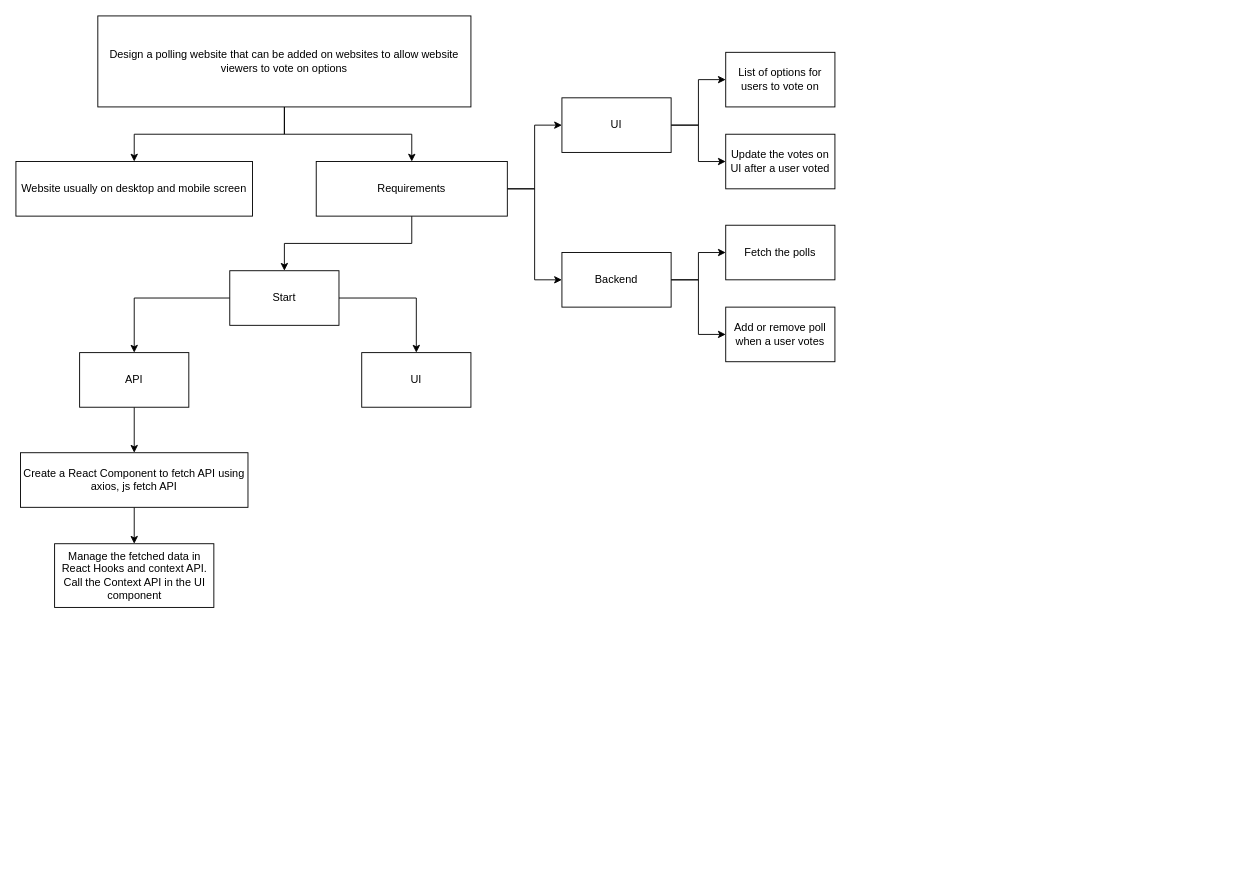
Earlier version of the draw.io diagram polling.drawio (KaidenCoder/DrawIORepo). Source tidied: cells renumbered, new cells numbered last; positions are measured from the earlier drawing's top-left corner, leaving out a move shared by most shapes. Both pictures are drawn from the tidied source at 91%, with x=0, y=0 at pixel (15, 15).
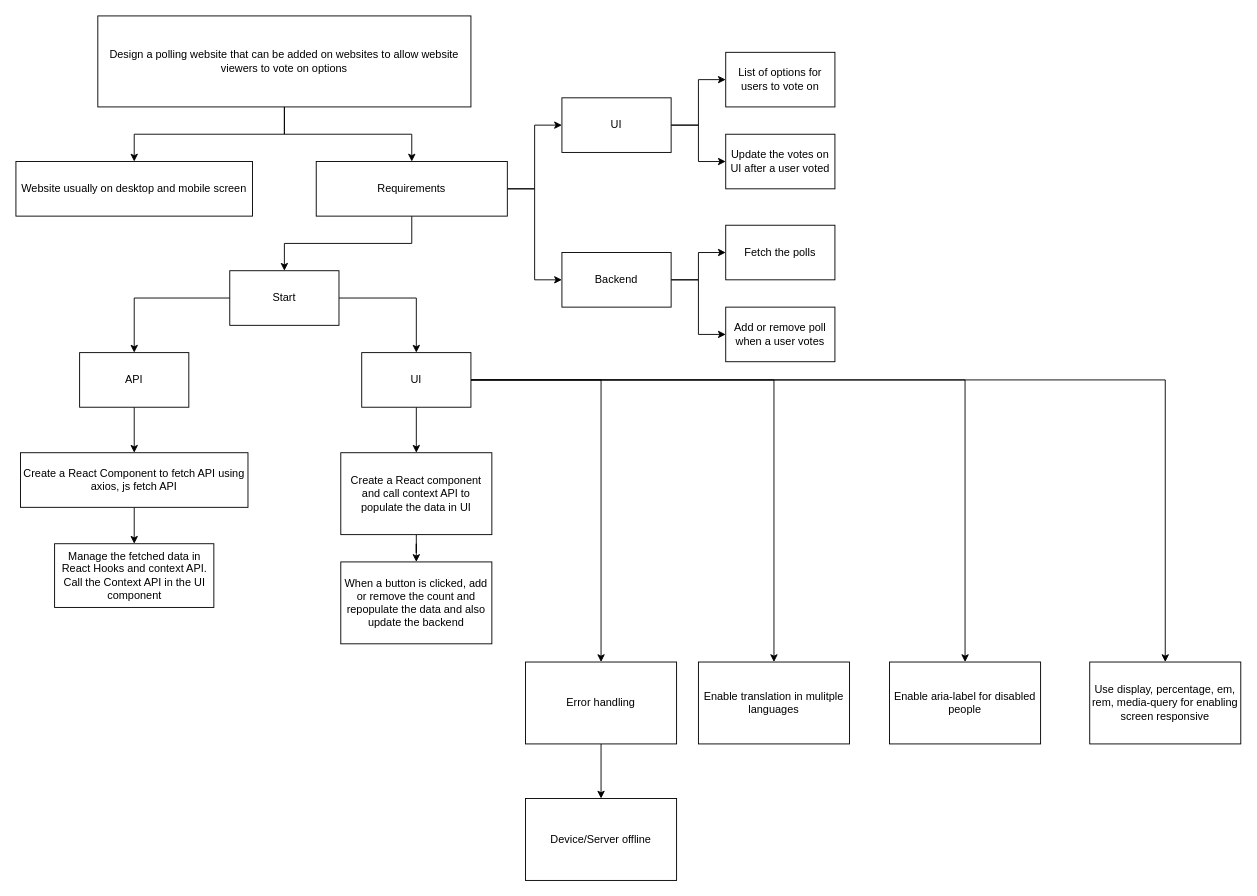
The same page after the edit.

The change refers to these unchanged cells:
```xml
<mxCell id="28" value="UI" style="rounded=0;whiteSpace=wrap;html=1;" parent="1" vertex="1">
  <mxGeometry x="380" y="370" width="120" height="60" as="geometry" />
</mxCell>
```

Change to the diagram source:
```diff
@@
+    <mxCell id="29" style="edgeStyle=orthogonalEdgeStyle;rounded=0;jettySize=auto;html=1;" parent="1" edge="1" source="28" target="35">
+      <mxGeometry relative="1" as="geometry" />
+    </mxCell>
+    <mxCell id="30" style="edgeStyle=orthogonalEdgeStyle;rounded=0;jettySize=auto;html=1;" parent="1" edge="1" source="28" target="38">
+      <mxGeometry relative="1" as="geometry" />
+    </mxCell>
+    <mxCell id="31" style="edgeStyle=orthogonalEdgeStyle;rounded=0;jettySize=auto;html=1;" parent="1" edge="1" source="28" target="40">
+      <mxGeometry relative="1" as="geometry" />
+    </mxCell>
+    <mxCell id="32" style="edgeStyle=orthogonalEdgeStyle;rounded=0;jettySize=auto;html=1;" parent="1" edge="1" source="28" target="41">
+      <mxGeometry relative="1" as="geometry" />
+    </mxCell>
+    <mxCell id="33" style="edgeStyle=orthogonalEdgeStyle;rounded=0;jettySize=auto;html=1;entryX=0.5;entryY=0;entryDx=0;entryDy=0;" parent="1" edge="1" source="28" target="42">
+      <mxGeometry relative="1" as="geometry" />
+    </mxCell>
@@
+    <mxCell id="34" style="edgeStyle=orthogonalEdgeStyle;rounded=0;jettySize=auto;html=1;entryX=0.5;entryY=0;entryDx=0;entryDy=0;" parent="1" edge="1" source="35" target="36">
+      <mxGeometry relative="1" as="geometry" />
+    </mxCell>
+    <mxCell id="35" value="Create a React component and call context API to populate the data in UI" style="rounded=0;whiteSpace=wrap;html=1;" parent="1" vertex="1">
+      <mxGeometry x="357" y="480" width="166" height="90" as="geometry" />
+    </mxCell>
+    <mxCell id="36" value="When a button is clicked, add or remove the count and repopulate the data and also update the backend" style="rounded=0;whiteSpace=wrap;html=1;" parent="1" vertex="1">
+      <mxGeometry x="357" y="600" width="166" height="90" as="geometry" />
+    </mxCell>
+    <mxCell id="37" style="edgeStyle=orthogonalEdgeStyle;rounded=0;jettySize=auto;html=1;entryX=0.5;entryY=0;entryDx=0;entryDy=0;" parent="1" edge="1" source="38" target="39">
+      <mxGeometry relative="1" as="geometry" />
+    </mxCell>
+    <mxCell id="38" value="Error handling" style="rounded=0;whiteSpace=wrap;html=1;" parent="1" vertex="1">
+      <mxGeometry x="560" y="710" width="166" height="90" as="geometry" />
+    </mxCell>
+    <mxCell id="39" value="Device/Server offline" style="rounded=0;whiteSpace=wrap;html=1;" parent="1" vertex="1">
+      <mxGeometry x="560" y="860" width="166" height="90" as="geometry" />
+    </mxCell>
+    <mxCell id="40" value="Enable translation in mulitple languages" style="rounded=0;whiteSpace=wrap;html=1;" parent="1" vertex="1">
+      <mxGeometry x="750" y="710" width="166" height="90" as="geometry" />
+    </mxCell>
+    <mxCell id="41" value="Enable aria-label for disabled people" style="rounded=0;whiteSpace=wrap;html=1;" parent="1" vertex="1">
+      <mxGeometry x="960" y="710" width="166" height="90" as="geometry" />
+    </mxCell>
+    <mxCell id="42" value="Use display, percentage, em, rem, media-query for enabling screen responsive" style="rounded=0;whiteSpace=wrap;html=1;" parent="1" vertex="1">
+      <mxGeometry x="1180" y="710" width="166" height="90" as="geometry" />
+    </mxCell>
```
